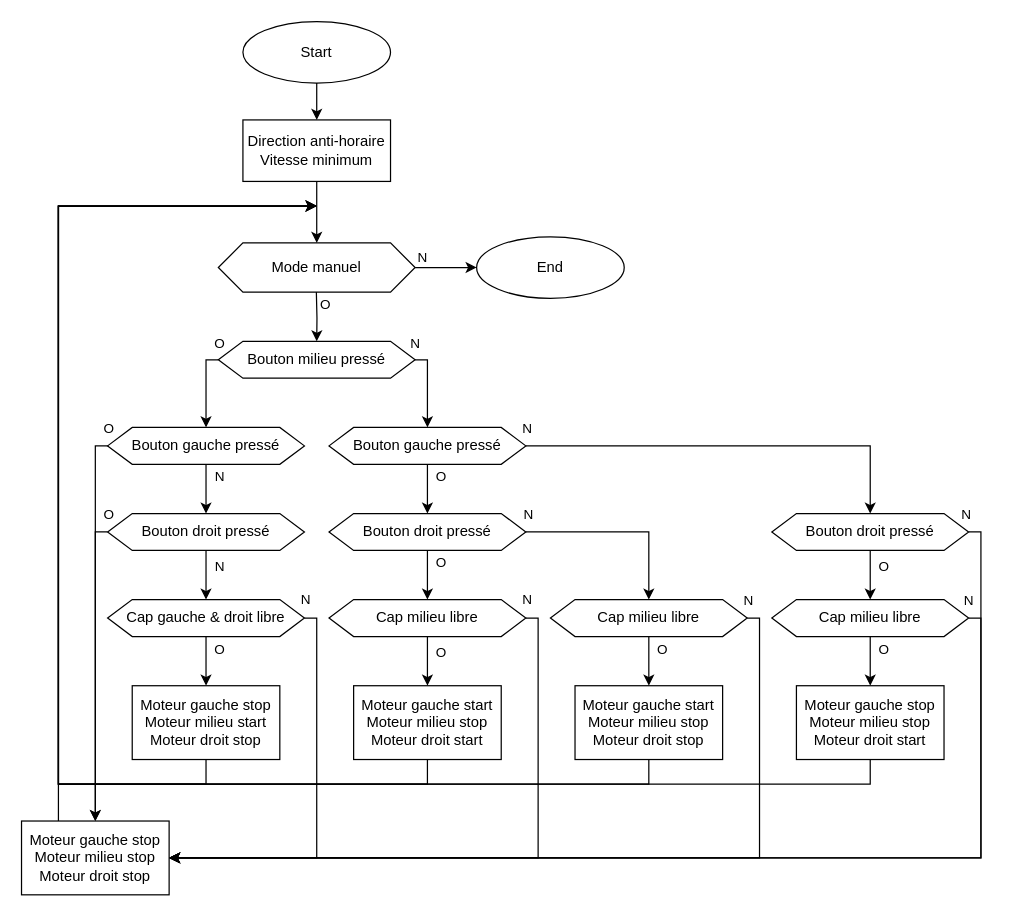
Earlier version of the draw.io diagram doc/diags/manual_sequence.drawio (Schokiiiiiiii/csn26). Source tidied: cells renumbered, new cells numbered last; positions are measured from the earlier drawing's top-left corner, leaving out a move shared by most shapes. Both pictures are drawn from the tidied source at 123%, with x=0, y=0 at pixel (21, 21).
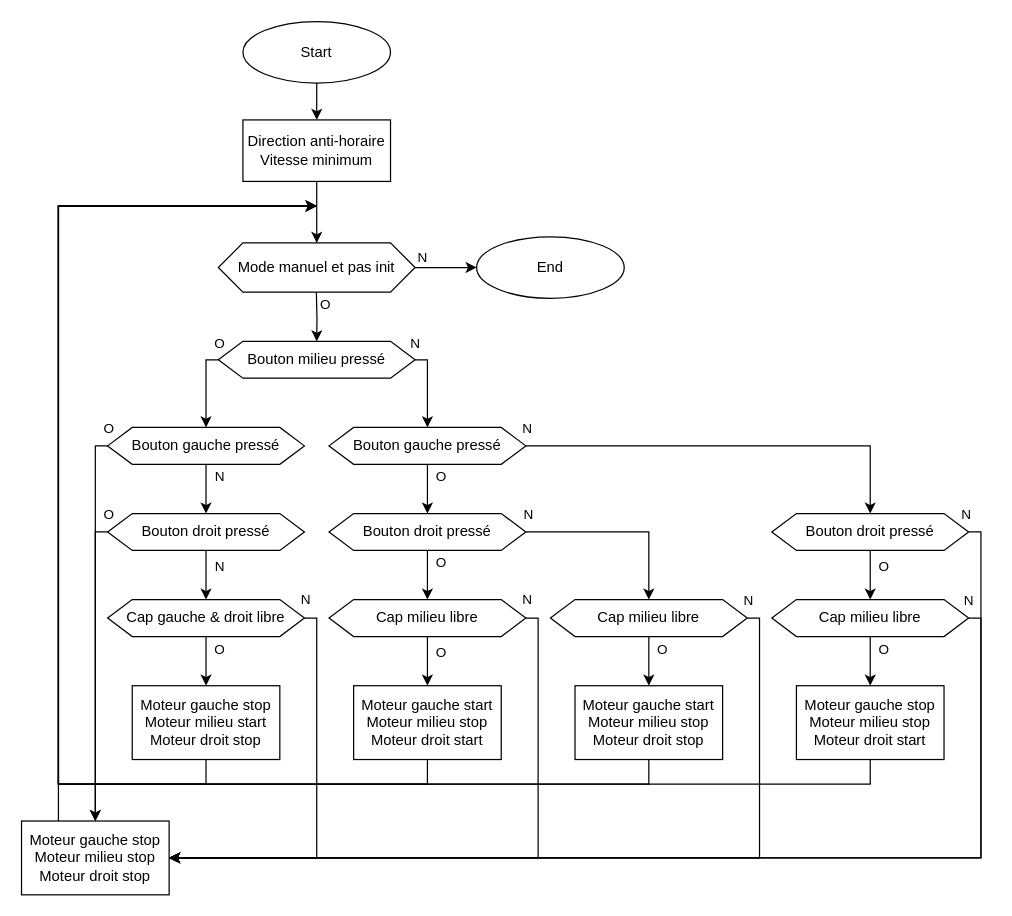
After the change.

What changed in the source:
```diff
@@
-    <mxCell id="66" value="Mode manuel" style="shape=hexagon;perimeter=hexagonPerimeter2;whiteSpace=wrap;html=1;fixedSize=1;" parent="1" vertex="1">
+    <mxCell id="66" value="Mode manuel et pas init" style="shape=hexagon;perimeter=hexagonPerimeter2;whiteSpace=wrap;html=1;fixedSize=1;" parent="1" vertex="1">
       <mxGeometry x="160" y="180" width="160" height="40" as="geometry" />
     </mxCell>
```
